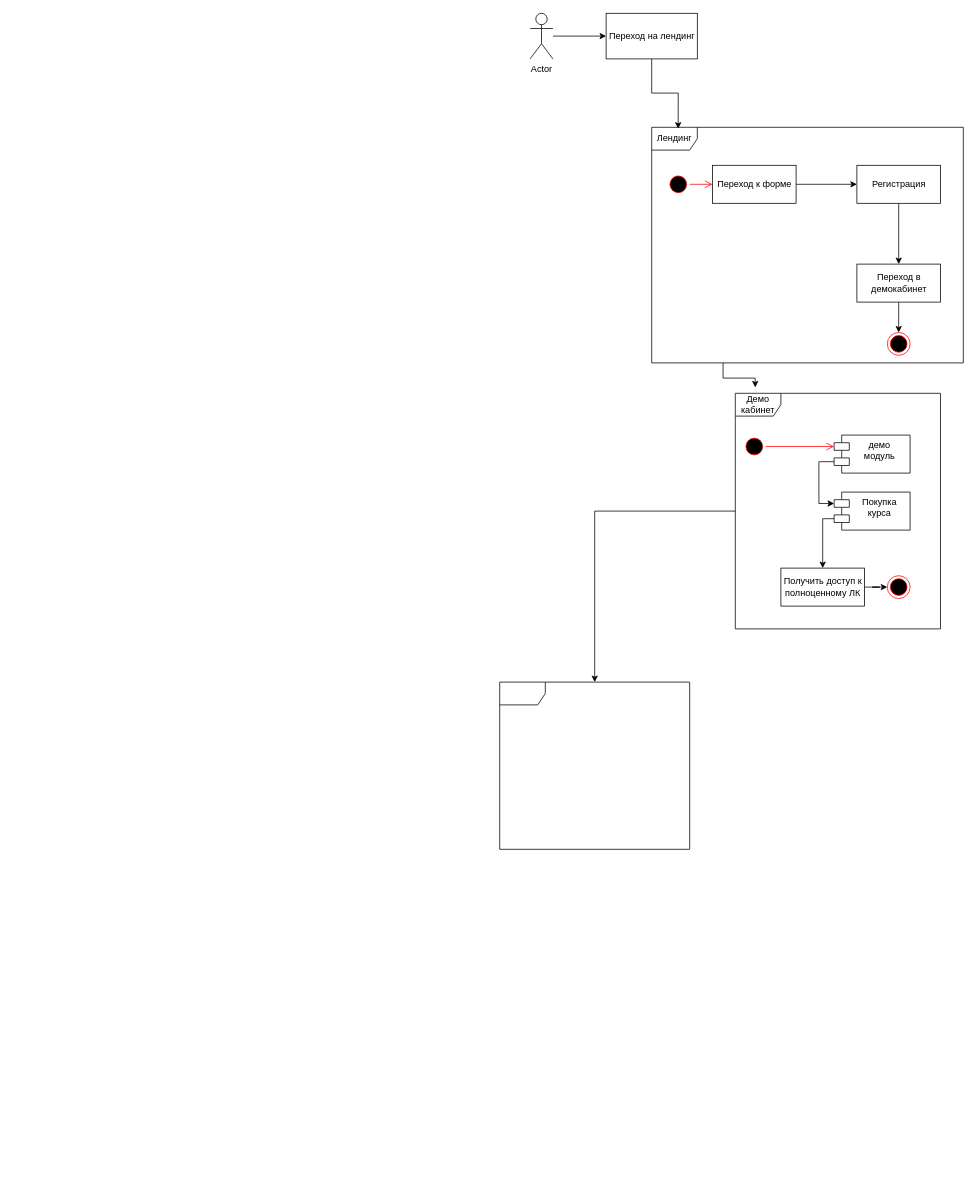
Earlier version of the draw.io diagram Untitled Diagram.drawio (deadmazay1994/chicaga_docs). Source tidied: cells renumbered, new cells numbered last; positions are measured from the earlier drawing's top-left corner, leaving out a move shared by most shapes. Both pictures are drawn from the tidied source at 76%, with x=0, y=0 at pixel (499, 13).
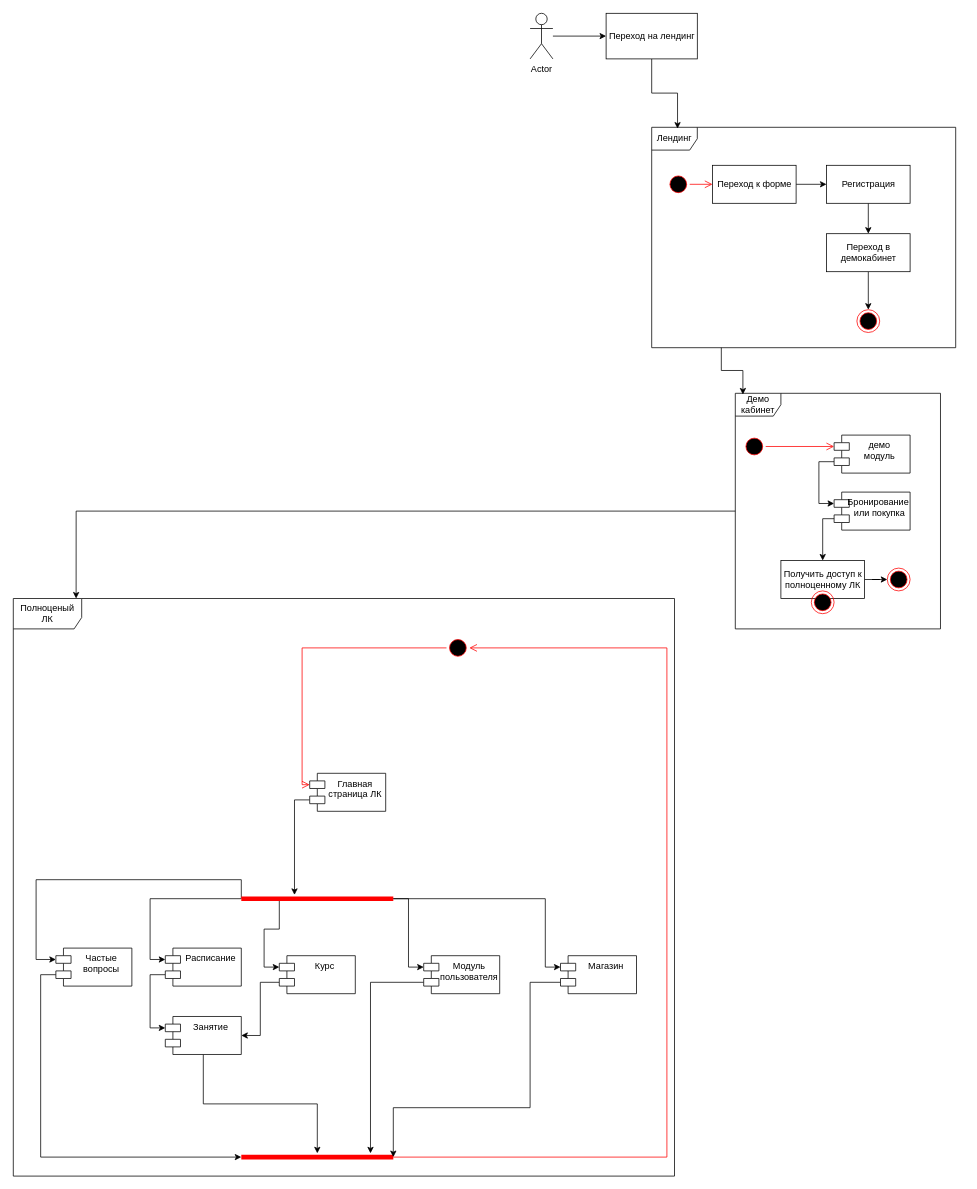
The same diagram, later.

The change refers to these unchanged cells:
```xml
<mxCell id="17" value="Демо кабинет" style="shape=umlFrame;whiteSpace=wrap;html=1;" parent="1" vertex="1">
  <mxGeometry x="310" y="500" width="270" height="310" as="geometry" />
</mxCell>
```

The edit, as a diff of the source:
```diff
@@
     <mxCell id="4" value="Лендинг" style="shape=umlFrame;whiteSpace=wrap;html=1;" parent="1" vertex="1">
-      <mxGeometry x="200" y="150" width="410" height="310" as="geometry" />
+      <mxGeometry x="200" y="150" width="400" height="290" as="geometry" />
     </mxCell>
     <mxCell id="5" style="ellipse;html=1;shape=endState;fillColor=#000000;strokeColor=#ff0000;" parent="1" vertex="1">
-      <mxGeometry x="510" y="420" width="30" height="30" as="geometry" />
+      <mxGeometry x="470" y="390" width="30" height="30" as="geometry" />
     </mxCell>
@@
     <mxCell id="9" value="Регистрация" style="html=1;" parent="1" vertex="1">
-      <mxGeometry x="470" y="200" width="110" height="50" as="geometry" />
+      <mxGeometry x="430" y="200" width="110" height="50" as="geometry" />
     </mxCell>
@@
     <mxCell id="11" value="Переход в &lt;br&gt;демокабинет" style="html=1;" parent="1" vertex="1">
-      <mxGeometry x="470" y="330" width="110" height="50" as="geometry" />
+      <mxGeometry x="430" y="290" width="110" height="50" as="geometry" />
     </mxCell>
@@
-    <mxCell id="16" style="edgeStyle=orthogonalEdgeStyle;rounded=0;jettySize=auto;html=1;" parent="1" edge="1" source="17" target="26">
+    <mxCell id="16" style="edgeStyle=orthogonalEdgeStyle;rounded=0;jettySize=auto;html=1;entryX=0.095;entryY=0;entryDx=0;entryDy=0;entryPerimeter=0;" parent="1" edge="1" source="17" target="26">
       <mxGeometry relative="1" as="geometry" />
     </mxCell>
@@
-    <mxCell id="18" style="edgeStyle=orthogonalEdgeStyle;rounded=0;jettySize=auto;html=1;exitX=0.229;exitY=1;exitDx=0;exitDy=0;exitPerimeter=0;entryX=0.097;entryY=-0.025;entryDx=0;entryDy=0;entryPerimeter=0;" parent="1" edge="1" source="4" target="17">
+    <mxCell id="18" style="edgeStyle=orthogonalEdgeStyle;rounded=0;jettySize=auto;html=1;exitX=0.229;exitY=1;exitDx=0;exitDy=0;exitPerimeter=0;entryX=0.037;entryY=0.005;entryDx=0;entryDy=0;entryPerimeter=0;" parent="1" edge="1" source="4" target="17">
       <mxGeometry relative="1" as="geometry" />
     </mxCell>
@@
     <mxCell id="23" style="ellipse;html=1;shape=endState;fillColor=#000000;strokeColor=#ff0000;" parent="1" vertex="1">
-      <mxGeometry x="510" y="740" width="30" height="30" as="geometry" />
+      <mxGeometry x="510" y="730" width="30" height="30" as="geometry" />
     </mxCell>
@@
     <mxCell id="25" value="Получить доступ к&lt;br&gt;полноценному ЛК" style="html=1;" parent="1" vertex="1">
-      <mxGeometry x="370" y="730" width="110" height="50" as="geometry" />
+      <mxGeometry x="370" y="720" width="110" height="50" as="geometry" />
     </mxCell>
-    <mxCell id="26" style="shape=umlFrame;whiteSpace=wrap;html=1;" parent="1" vertex="1">
-      <mxGeometry y="880" width="250" height="220" as="geometry" />
+    <mxCell id="26" value="Полноценый&lt;br&gt;ЛК" style="shape=umlFrame;whiteSpace=wrap;html=1;width=90;height=40;" parent="1" vertex="1">
+      <mxGeometry x="-640" y="770" width="870" height="760" as="geometry" />
     </mxCell>
-    <mxCell id="27" value="Покупка&#10;курса" style="shape=module;align=left;spacingLeft=20;align=center;verticalAlign=top;" parent="1" vertex="1">
+    <mxCell id="27" value="Бронирование &#10;или покупка" style="shape=module;align=left;spacingLeft=20;align=center;verticalAlign=top;" parent="1" vertex="1">
       <mxGeometry x="440" y="630" width="100" height="50" as="geometry" />
     </mxCell>
@@
+    <mxCell id="29" style="ellipse;html=1;shape=startState;fillColor=#000000;strokeColor=#ff0000;" parent="1" vertex="1">
+      <mxGeometry x="-70" y="820" width="30" height="30" as="geometry" />
+    </mxCell>
+    <mxCell id="30" style="edgeStyle=orthogonalEdgeStyle;html=1;verticalAlign=bottom;endArrow=open;endSize=8;strokeColor=#ff0000;rounded=0;entryX=0;entryY=0;entryDx=0;entryDy=15;entryPerimeter=0;" parent="1" edge="1" source="29" target="49">
+      <mxGeometry relative="1" as="geometry" />
+    </mxCell>
+    <mxCell id="31" style="edgeStyle=orthogonalEdgeStyle;rounded=0;jettySize=auto;html=1;entryX=0;entryY=0;entryDx=0;entryDy=15;entryPerimeter=0;exitX=0;exitY=0.5;exitDx=0;exitDy=0;exitPerimeter=0;" parent="1" edge="1" source="36" target="38">
+      <mxGeometry relative="1" as="geometry" />
+    </mxCell>
+    <mxCell id="32" style="edgeStyle=orthogonalEdgeStyle;rounded=0;jettySize=auto;html=1;exitX=0.25;exitY=0.5;exitDx=0;exitDy=0;exitPerimeter=0;entryX=0;entryY=0;entryDx=0;entryDy=15;entryPerimeter=0;" parent="1" edge="1" source="36" target="42">
+      <mxGeometry relative="1" as="geometry" />
+    </mxCell>
+    <mxCell id="33" style="edgeStyle=orthogonalEdgeStyle;rounded=0;jettySize=auto;html=1;exitX=0.75;exitY=0.5;exitDx=0;exitDy=0;exitPerimeter=0;entryX=0;entryY=0;entryDx=0;entryDy=15;entryPerimeter=0;" parent="1" edge="1" source="36" target="44">
+      <mxGeometry relative="1" as="geometry" />
+    </mxCell>
+    <mxCell id="34" style="edgeStyle=orthogonalEdgeStyle;rounded=0;jettySize=auto;html=1;exitX=1;exitY=0.5;exitDx=0;exitDy=0;exitPerimeter=0;entryX=0;entryY=0;entryDx=0;entryDy=15;entryPerimeter=0;" parent="1" edge="1" source="36" target="51">
+      <mxGeometry relative="1" as="geometry">
+        <Array as="points">
+          <mxPoint x="60" y="1165" />
+          <mxPoint x="60" y="1255" />
+        </Array>
+      </mxGeometry>
+    </mxCell>
+    <mxCell id="35" style="edgeStyle=orthogonalEdgeStyle;rounded=0;jettySize=auto;html=1;exitX=0;exitY=0.5;exitDx=0;exitDy=0;exitPerimeter=0;entryX=0;entryY=0;entryDx=0;entryDy=15;entryPerimeter=0;" parent="1" edge="1" source="36" target="53">
+      <mxGeometry relative="1" as="geometry">
+        <Array as="points">
+          <mxPoint x="-340" y="1140" />
+          <mxPoint x="-610" y="1140" />
+          <mxPoint x="-610" y="1245" />
+        </Array>
+      </mxGeometry>
+    </mxCell>
+    <mxCell id="36" style="shape=line;html=1;strokeWidth=6;strokeColor=#ff0000;" parent="1" vertex="1">
+      <mxGeometry x="-340" y="1160" width="200" height="10" as="geometry" />
+    </mxCell>
+    <mxCell id="37" style="edgeStyle=orthogonalEdgeStyle;rounded=0;jettySize=auto;html=1;exitX=0;exitY=0;exitDx=0;exitDy=35;exitPerimeter=0;entryX=0;entryY=0;entryDx=0;entryDy=15;entryPerimeter=0;" parent="1" edge="1" source="38" target="40">
+      <mxGeometry relative="1" as="geometry" />
+    </mxCell>
+    <mxCell id="38" value="Расписание&#10;" style="shape=module;align=left;spacingLeft=20;align=center;verticalAlign=top;" parent="1" vertex="1">
+      <mxGeometry x="-440" y="1230" width="100" height="50" as="geometry" />
+    </mxCell>
+    <mxCell id="39" style="edgeStyle=orthogonalEdgeStyle;rounded=0;jettySize=auto;html=1;" parent="1" edge="1" source="40" target="46">
+      <mxGeometry relative="1" as="geometry" />
+    </mxCell>
+    <mxCell id="40" value="Занятие" style="shape=module;align=left;spacingLeft=20;align=center;verticalAlign=top;" parent="1" vertex="1">
+      <mxGeometry x="-440" y="1320" width="100" height="50" as="geometry" />
+    </mxCell>
+    <mxCell id="41" style="edgeStyle=orthogonalEdgeStyle;rounded=0;jettySize=auto;html=1;exitX=0;exitY=0;exitDx=0;exitDy=35;exitPerimeter=0;entryX=1;entryY=0.5;entryDx=0;entryDy=0;" parent="1" edge="1" source="42" target="40">
+      <mxGeometry relative="1" as="geometry" />
+    </mxCell>
+    <mxCell id="42" value="Курс" style="shape=module;align=left;spacingLeft=20;align=center;verticalAlign=top;" parent="1" vertex="1">
+      <mxGeometry x="-290" y="1240" width="100" height="50" as="geometry" />
+    </mxCell>
+    <mxCell id="43" style="edgeStyle=orthogonalEdgeStyle;rounded=0;jettySize=auto;html=1;exitX=0;exitY=0;exitDx=0;exitDy=35;exitPerimeter=0;" parent="1" edge="1" source="44" target="46">
+      <mxGeometry relative="1" as="geometry">
+        <Array as="points">
+          <mxPoint x="-170" y="1275" />
+        </Array>
+      </mxGeometry>
+    </mxCell>
+    <mxCell id="44" value="Модуль&#10;пользователя" style="shape=module;align=left;spacingLeft=20;align=center;verticalAlign=top;" parent="1" vertex="1">
+      <mxGeometry x="-100" y="1240" width="100" height="50" as="geometry" />
+    </mxCell>
+    <mxCell id="45" style="ellipse;html=1;shape=endState;fillColor=#000000;strokeColor=#ff0000;" parent="1" vertex="1">
+      <mxGeometry x="410" y="760" width="30" height="30" as="geometry" />
+    </mxCell>
+    <mxCell id="46" style="shape=line;html=1;strokeWidth=6;strokeColor=#ff0000;" parent="1" vertex="1">
+      <mxGeometry x="-340" y="1500" width="200" height="10" as="geometry" />
+    </mxCell>
+    <mxCell id="47" style="edgeStyle=orthogonalEdgeStyle;html=1;verticalAlign=bottom;endArrow=open;endSize=8;strokeColor=#ff0000;rounded=0;entryX=1;entryY=0.5;entryDx=0;entryDy=0;" parent="1" edge="1" source="46" target="29">
+      <mxGeometry relative="1" as="geometry">
+        <Array as="points">
+          <mxPoint x="220" y="1505" />
+          <mxPoint x="220" y="835" />
+        </Array>
+      </mxGeometry>
+    </mxCell>
+    <mxCell id="48" style="edgeStyle=orthogonalEdgeStyle;rounded=0;jettySize=auto;html=1;exitX=0;exitY=0;exitDx=0;exitDy=35;exitPerimeter=0;" parent="1" edge="1" source="49" target="36">
+      <mxGeometry relative="1" as="geometry">
+        <Array as="points">
+          <mxPoint x="-270" y="1035" />
+        </Array>
+      </mxGeometry>
+    </mxCell>
+    <mxCell id="49" value="Главная&#10;страница ЛК" style="shape=module;align=left;spacingLeft=20;align=center;verticalAlign=top;" parent="1" vertex="1">
+      <mxGeometry x="-250" y="1000" width="100" height="50" as="geometry" />
+    </mxCell>
+    <mxCell id="50" style="edgeStyle=orthogonalEdgeStyle;rounded=0;jettySize=auto;html=1;exitX=0;exitY=0;exitDx=0;exitDy=35;exitPerimeter=0;entryX=1;entryY=0.5;entryDx=0;entryDy=0;entryPerimeter=0;" parent="1" edge="1" source="51" target="46">
+      <mxGeometry relative="1" as="geometry">
+        <Array as="points">
+          <mxPoint x="40" y="1275" />
+          <mxPoint x="40" y="1440" />
+          <mxPoint x="-140" y="1440" />
+        </Array>
+      </mxGeometry>
+    </mxCell>
+    <mxCell id="51" value="Магазин" style="shape=module;align=left;spacingLeft=20;align=center;verticalAlign=top;" parent="1" vertex="1">
+      <mxGeometry x="80" y="1240" width="100" height="50" as="geometry" />
+    </mxCell>
+    <mxCell id="52" style="edgeStyle=orthogonalEdgeStyle;rounded=0;jettySize=auto;html=1;exitX=0;exitY=0;exitDx=0;exitDy=35;exitPerimeter=0;entryX=0;entryY=0.5;entryDx=0;entryDy=0;entryPerimeter=0;" parent="1" edge="1" source="53" target="46">
+      <mxGeometry relative="1" as="geometry" />
+    </mxCell>
+    <mxCell id="53" value="Частые&#10;вопросы" style="shape=module;align=left;spacingLeft=20;align=center;verticalAlign=top;" parent="1" vertex="1">
+      <mxGeometry x="-584" y="1230" width="100" height="50" as="geometry" />
+    </mxCell>
```
